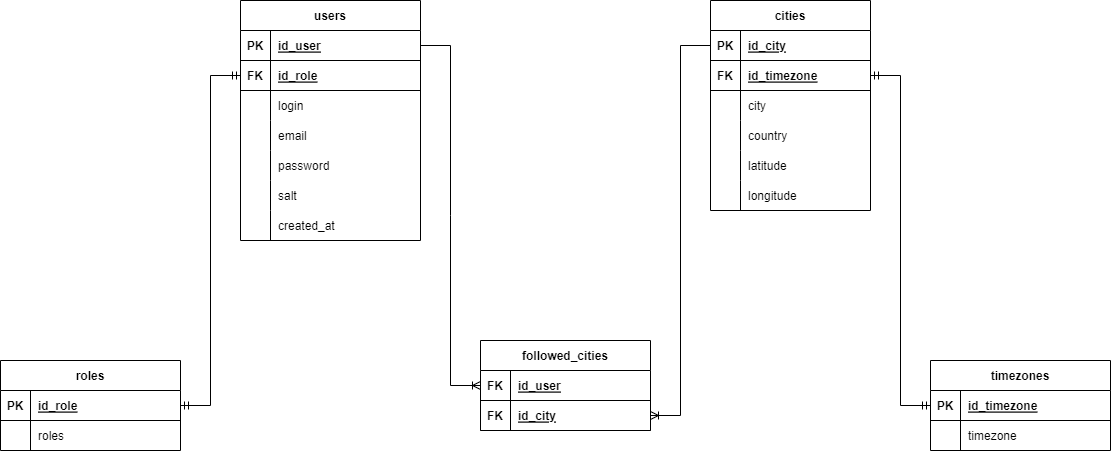
Before: erd-clock-around-world.png, a diagram exported from draw.io (TomekStolarz/clock-around-world). Source tidied: cells renumbered, new cells last; positions are measured from the earlier drawing's top-left corner, leaving out a move shared by most shapes. Source of this version:
```xml
<mxGraphModel>
  <root>
    <mxCell id="0" />
    <mxCell id="1" parent="0" />
    <mxCell id="2" value="users" style="shape=table;startSize=30;rowLines=0;fontStyle=1;align=center;" parent="1" vertex="1">
      <mxGeometry x="240" width="180" height="240" as="geometry" />
    </mxCell>
    <mxCell id="3" style="shape=tableRow;horizontal=0;startSize=0;swimlaneHead=0;swimlaneBody=0;fillColor=none;points=[[0,0.5],[1,0.5]];portConstraint=eastwest;top=0;left=0;right=0;bottom=1;" parent="2" vertex="1">
      <mxGeometry y="30" width="180" height="30" as="geometry" />
    </mxCell>
    <mxCell id="4" value="PK" style="shape=partialRectangle;fillColor=none;top=0;left=0;bottom=0;right=0;fontStyle=1;overflow=hidden;" parent="3" vertex="1">
      <mxGeometry width="30" height="30" as="geometry" />
    </mxCell>
    <mxCell id="5" value="id_user" style="shape=partialRectangle;fillColor=none;top=0;left=0;bottom=0;right=0;align=left;spacingLeft=6;fontStyle=5;overflow=hidden;" parent="3" vertex="1">
      <mxGeometry x="30" width="150" height="30" as="geometry" />
    </mxCell>
    <mxCell id="6" style="shape=tableRow;horizontal=0;startSize=0;swimlaneHead=0;swimlaneBody=0;fillColor=none;points=[[0,0.5],[1,0.5]];portConstraint=eastwest;top=0;left=0;right=0;bottom=1;" parent="2" vertex="1">
      <mxGeometry y="60" width="180" height="30" as="geometry" />
    </mxCell>
    <mxCell id="7" value="FK" style="shape=partialRectangle;fillColor=none;top=0;left=0;bottom=0;right=0;fontStyle=1;overflow=hidden;" parent="6" vertex="1">
      <mxGeometry width="30" height="30" as="geometry" />
    </mxCell>
    <mxCell id="8" value="id_role" style="shape=partialRectangle;fillColor=none;top=0;left=0;bottom=0;right=0;align=left;spacingLeft=6;fontStyle=5;overflow=hidden;" parent="6" vertex="1">
      <mxGeometry x="30" width="150" height="30" as="geometry" />
    </mxCell>
    <mxCell id="9" style="shape=tableRow;horizontal=0;startSize=0;swimlaneHead=0;swimlaneBody=0;fillColor=none;top=0;left=0;right=0;bottom=0;" parent="2" vertex="1">
      <mxGeometry y="90" width="180" height="30" as="geometry" />
    </mxCell>
    <mxCell id="10" style="shape=partialRectangle;fillColor=none;top=0;left=0;bottom=0;right=0;overflow=hidden;" parent="9" vertex="1">
      <mxGeometry width="30" height="30" as="geometry" />
    </mxCell>
    <mxCell id="11" value="login" style="shape=partialRectangle;fillColor=none;top=0;left=0;bottom=0;right=0;align=left;spacingLeft=6;overflow=hidden;" parent="9" vertex="1">
      <mxGeometry x="30" width="150" height="30" as="geometry" />
    </mxCell>
    <mxCell id="12" style="shape=tableRow;horizontal=0;startSize=0;swimlaneHead=0;swimlaneBody=0;fillColor=none;top=0;left=0;right=0;bottom=0;" parent="2" vertex="1">
      <mxGeometry y="120" width="180" height="30" as="geometry" />
    </mxCell>
    <mxCell id="13" style="shape=partialRectangle;fillColor=none;top=0;left=0;bottom=0;right=0;overflow=hidden;" parent="12" vertex="1">
      <mxGeometry width="30" height="30" as="geometry" />
    </mxCell>
    <mxCell id="14" value="email" style="shape=partialRectangle;fillColor=none;top=0;left=0;bottom=0;right=0;align=left;spacingLeft=6;overflow=hidden;" parent="12" vertex="1">
      <mxGeometry x="30" width="150" height="30" as="geometry" />
    </mxCell>
    <mxCell id="15" style="shape=tableRow;horizontal=0;startSize=0;swimlaneHead=0;swimlaneBody=0;fillColor=none;top=0;left=0;right=0;bottom=0;" parent="2" vertex="1">
      <mxGeometry y="150" width="180" height="30" as="geometry" />
    </mxCell>
    <mxCell id="16" style="shape=partialRectangle;fillColor=none;top=0;left=0;bottom=0;right=0;overflow=hidden;" parent="15" vertex="1">
      <mxGeometry width="30" height="30" as="geometry" />
    </mxCell>
    <mxCell id="17" value="password" style="shape=partialRectangle;fillColor=none;top=0;left=0;bottom=0;right=0;align=left;spacingLeft=6;overflow=hidden;" parent="15" vertex="1">
      <mxGeometry x="30" width="150" height="30" as="geometry" />
    </mxCell>
    <mxCell id="18" style="shape=tableRow;horizontal=0;startSize=0;swimlaneHead=0;swimlaneBody=0;fillColor=none;top=0;left=0;right=0;bottom=0;" parent="2" vertex="1">
      <mxGeometry y="180" width="180" height="30" as="geometry" />
    </mxCell>
    <mxCell id="19" style="shape=partialRectangle;fillColor=none;top=0;left=0;bottom=0;right=0;overflow=hidden;" parent="18" vertex="1">
      <mxGeometry width="30" height="30" as="geometry" />
    </mxCell>
    <mxCell id="20" value="salt" style="shape=partialRectangle;fillColor=none;top=0;left=0;bottom=0;right=0;align=left;spacingLeft=6;overflow=hidden;" parent="18" vertex="1">
      <mxGeometry x="30" width="150" height="30" as="geometry" />
    </mxCell>
    <mxCell id="21" style="shape=tableRow;horizontal=0;startSize=0;swimlaneHead=0;swimlaneBody=0;fillColor=none;top=0;left=0;right=0;bottom=0;" parent="2" vertex="1">
      <mxGeometry y="210" width="180" height="30" as="geometry" />
    </mxCell>
    <mxCell id="22" style="shape=partialRectangle;fillColor=none;top=0;left=0;bottom=0;right=0;overflow=hidden;" parent="21" vertex="1">
      <mxGeometry width="30" height="30" as="geometry" />
    </mxCell>
    <mxCell id="23" value="created_at" style="shape=partialRectangle;fillColor=none;top=0;left=0;bottom=0;right=0;align=left;spacingLeft=6;overflow=hidden;" parent="21" vertex="1">
      <mxGeometry x="30" width="150" height="30" as="geometry" />
    </mxCell>
    <mxCell id="24" value="roles" style="shape=table;startSize=30;rowLines=0;fontStyle=1;align=center;" parent="1" vertex="1">
      <mxGeometry y="360" width="180" height="90" as="geometry" />
    </mxCell>
    <mxCell id="25" style="shape=tableRow;horizontal=0;startSize=0;swimlaneHead=0;swimlaneBody=0;fillColor=none;points=[[0,0.5],[1,0.5]];portConstraint=eastwest;top=0;left=0;right=0;bottom=1;" parent="24" vertex="1">
      <mxGeometry y="30" width="180" height="30" as="geometry" />
    </mxCell>
    <mxCell id="26" value="PK" style="shape=partialRectangle;fillColor=none;top=0;left=0;bottom=0;right=0;fontStyle=1;overflow=hidden;" parent="25" vertex="1">
      <mxGeometry width="30" height="30" as="geometry" />
    </mxCell>
    <mxCell id="27" value="id_role" style="shape=partialRectangle;fillColor=none;top=0;left=0;bottom=0;right=0;align=left;spacingLeft=6;fontStyle=5;overflow=hidden;" parent="25" vertex="1">
      <mxGeometry x="30" width="150" height="30" as="geometry" />
    </mxCell>
    <mxCell id="28" style="shape=tableRow;horizontal=0;startSize=0;swimlaneHead=0;swimlaneBody=0;fillColor=none;top=0;left=0;right=0;bottom=0;" parent="24" vertex="1">
      <mxGeometry y="60" width="180" height="30" as="geometry" />
    </mxCell>
    <mxCell id="29" style="shape=partialRectangle;fillColor=none;top=0;left=0;bottom=0;right=0;overflow=hidden;" parent="28" vertex="1">
      <mxGeometry width="30" height="30" as="geometry" />
    </mxCell>
    <mxCell id="30" value="roles" style="shape=partialRectangle;fillColor=none;top=0;left=0;bottom=0;right=0;align=left;spacingLeft=6;overflow=hidden;" parent="28" vertex="1">
      <mxGeometry x="30" width="150" height="30" as="geometry" />
    </mxCell>
    <mxCell id="31" style="edgeStyle=entityRelationEdgeStyle;fontSize=12;html=1;endArrow=ERmandOne;startArrow=ERmandOne;rounded=0;exitX=0;exitY=0.5;exitDx=0;exitDy=0;entryX=1;entryY=0.5;entryDx=0;entryDy=0;" parent="1" edge="1" source="6" target="25">
      <mxGeometry relative="1" as="geometry" />
    </mxCell>
    <mxCell id="32" value="cities" style="shape=table;startSize=30;rowLines=0;fontStyle=1;align=center;" parent="1" vertex="1">
      <mxGeometry x="710" width="160" height="210" as="geometry" />
    </mxCell>
    <mxCell id="33" style="shape=tableRow;horizontal=0;startSize=0;swimlaneHead=0;swimlaneBody=0;fillColor=none;points=[[0,0.5],[1,0.5]];portConstraint=eastwest;top=0;left=0;right=0;bottom=1;" parent="32" vertex="1">
      <mxGeometry y="30" width="160" height="30" as="geometry" />
    </mxCell>
    <mxCell id="34" value="PK" style="shape=partialRectangle;fillColor=none;top=0;left=0;bottom=0;right=0;fontStyle=1;overflow=hidden;" parent="33" vertex="1">
      <mxGeometry width="30" height="30" as="geometry" />
    </mxCell>
    <mxCell id="35" value="id_city" style="shape=partialRectangle;fillColor=none;top=0;left=0;bottom=0;right=0;align=left;spacingLeft=6;fontStyle=5;overflow=hidden;" parent="33" vertex="1">
      <mxGeometry x="30" width="130" height="30" as="geometry" />
    </mxCell>
    <mxCell id="36" style="shape=tableRow;horizontal=0;startSize=0;swimlaneHead=0;swimlaneBody=0;fillColor=none;points=[[0,0.5],[1,0.5]];portConstraint=eastwest;top=0;left=0;right=0;bottom=1;" parent="32" vertex="1">
      <mxGeometry y="60" width="160" height="30" as="geometry" />
    </mxCell>
    <mxCell id="37" value="FK" style="shape=partialRectangle;fillColor=none;top=0;left=0;bottom=0;right=0;fontStyle=1;overflow=hidden;" parent="36" vertex="1">
      <mxGeometry width="30" height="30" as="geometry" />
    </mxCell>
    <mxCell id="38" value="id_timezone" style="shape=partialRectangle;fillColor=none;top=0;left=0;bottom=0;right=0;align=left;spacingLeft=6;fontStyle=5;overflow=hidden;" parent="36" vertex="1">
      <mxGeometry x="30" width="130" height="30" as="geometry" />
    </mxCell>
    <mxCell id="39" style="shape=tableRow;horizontal=0;startSize=0;swimlaneHead=0;swimlaneBody=0;fillColor=none;top=0;left=0;right=0;bottom=0;" parent="32" vertex="1">
      <mxGeometry y="90" width="160" height="30" as="geometry" />
    </mxCell>
    <mxCell id="40" style="shape=partialRectangle;fillColor=none;top=0;left=0;bottom=0;right=0;overflow=hidden;" parent="39" vertex="1">
      <mxGeometry width="30" height="30" as="geometry" />
    </mxCell>
    <mxCell id="41" value="city" style="shape=partialRectangle;fillColor=none;top=0;left=0;bottom=0;right=0;align=left;spacingLeft=6;overflow=hidden;" parent="39" vertex="1">
      <mxGeometry x="30" width="130" height="30" as="geometry" />
    </mxCell>
    <mxCell id="42" style="shape=tableRow;horizontal=0;startSize=0;swimlaneHead=0;swimlaneBody=0;fillColor=none;top=0;left=0;right=0;bottom=0;" parent="32" vertex="1">
      <mxGeometry y="120" width="160" height="30" as="geometry" />
    </mxCell>
    <mxCell id="43" style="shape=partialRectangle;fillColor=none;top=0;left=0;bottom=0;right=0;overflow=hidden;" parent="42" vertex="1">
      <mxGeometry width="30" height="30" as="geometry" />
    </mxCell>
    <mxCell id="44" value="country" style="shape=partialRectangle;fillColor=none;top=0;left=0;bottom=0;right=0;align=left;spacingLeft=6;overflow=hidden;" parent="42" vertex="1">
      <mxGeometry x="30" width="130" height="30" as="geometry" />
    </mxCell>
    <mxCell id="45" style="shape=tableRow;horizontal=0;startSize=0;swimlaneHead=0;swimlaneBody=0;fillColor=none;top=0;left=0;right=0;bottom=0;" parent="32" vertex="1">
      <mxGeometry y="150" width="160" height="30" as="geometry" />
    </mxCell>
    <mxCell id="46" style="shape=partialRectangle;fillColor=none;top=0;left=0;bottom=0;right=0;overflow=hidden;" parent="45" vertex="1">
      <mxGeometry width="30" height="30" as="geometry" />
    </mxCell>
    <mxCell id="47" value="latitude" style="shape=partialRectangle;fillColor=none;top=0;left=0;bottom=0;right=0;align=left;spacingLeft=6;overflow=hidden;" parent="45" vertex="1">
      <mxGeometry x="30" width="130" height="30" as="geometry" />
    </mxCell>
    <mxCell id="48" style="shape=tableRow;horizontal=0;startSize=0;swimlaneHead=0;swimlaneBody=0;fillColor=none;top=0;left=0;right=0;bottom=0;" parent="32" vertex="1">
      <mxGeometry y="180" width="160" height="30" as="geometry" />
    </mxCell>
    <mxCell id="49" style="shape=partialRectangle;fillColor=none;top=0;left=0;bottom=0;right=0;overflow=hidden;" parent="48" vertex="1">
      <mxGeometry width="30" height="30" as="geometry" />
    </mxCell>
    <mxCell id="50" value="longitude" style="shape=partialRectangle;fillColor=none;top=0;left=0;bottom=0;right=0;align=left;spacingLeft=6;overflow=hidden;" parent="48" vertex="1">
      <mxGeometry x="30" width="130" height="30" as="geometry" />
    </mxCell>
    <mxCell id="51" value="timezones" style="shape=table;startSize=30;rowLines=0;fontStyle=1;align=center;" parent="1" vertex="1">
      <mxGeometry x="930" y="360" width="180" height="90" as="geometry" />
    </mxCell>
    <mxCell id="52" style="shape=tableRow;horizontal=0;startSize=0;swimlaneHead=0;swimlaneBody=0;fillColor=none;points=[[0,0.5],[1,0.5]];portConstraint=eastwest;top=0;left=0;right=0;bottom=1;" parent="51" vertex="1">
      <mxGeometry y="30" width="180" height="30" as="geometry" />
    </mxCell>
    <mxCell id="53" value="PK" style="shape=partialRectangle;fillColor=none;top=0;left=0;bottom=0;right=0;fontStyle=1;overflow=hidden;" parent="52" vertex="1">
      <mxGeometry width="30" height="30" as="geometry" />
    </mxCell>
    <mxCell id="54" value="id_timezone" style="shape=partialRectangle;fillColor=none;top=0;left=0;bottom=0;right=0;align=left;spacingLeft=6;fontStyle=5;overflow=hidden;" parent="52" vertex="1">
      <mxGeometry x="30" width="150" height="30" as="geometry" />
    </mxCell>
    <mxCell id="55" style="shape=tableRow;horizontal=0;startSize=0;swimlaneHead=0;swimlaneBody=0;fillColor=none;top=0;left=0;right=0;bottom=0;" parent="51" vertex="1">
      <mxGeometry y="60" width="180" height="30" as="geometry" />
    </mxCell>
    <mxCell id="56" style="shape=partialRectangle;fillColor=none;top=0;left=0;bottom=0;right=0;overflow=hidden;" parent="55" vertex="1">
      <mxGeometry width="30" height="30" as="geometry" />
    </mxCell>
    <mxCell id="57" value="timezone" style="shape=partialRectangle;fillColor=none;top=0;left=0;bottom=0;right=0;align=left;spacingLeft=6;overflow=hidden;" parent="55" vertex="1">
      <mxGeometry x="30" width="150" height="30" as="geometry" />
    </mxCell>
    <mxCell id="58" style="edgeStyle=entityRelationEdgeStyle;fontSize=12;html=1;endArrow=ERmandOne;startArrow=ERmandOne;rounded=0;entryX=1;entryY=0.5;entryDx=0;entryDy=0;exitX=0;exitY=0.5;exitDx=0;exitDy=0;" parent="1" edge="1" source="52" target="36">
      <mxGeometry relative="1" as="geometry" />
    </mxCell>
    <mxCell id="59" value="followed_cities" style="shape=table;startSize=30;rowLines=0;fontStyle=1;align=center;" parent="1" vertex="1">
      <mxGeometry x="480" y="340" width="170" height="90" as="geometry" />
    </mxCell>
    <mxCell id="60" style="shape=tableRow;horizontal=0;startSize=0;swimlaneHead=0;swimlaneBody=0;fillColor=none;points=[[0,0.5],[1,0.5]];portConstraint=eastwest;top=0;left=0;right=0;bottom=1;" parent="59" vertex="1">
      <mxGeometry y="30" width="170" height="30" as="geometry" />
    </mxCell>
    <mxCell id="61" value="FK" style="shape=partialRectangle;fillColor=none;top=0;left=0;bottom=0;right=0;fontStyle=1;overflow=hidden;" parent="60" vertex="1">
      <mxGeometry width="30" height="30" as="geometry" />
    </mxCell>
    <mxCell id="62" value="id_user" style="shape=partialRectangle;fillColor=none;top=0;left=0;bottom=0;right=0;align=left;spacingLeft=6;fontStyle=5;overflow=hidden;" parent="60" vertex="1">
      <mxGeometry x="30" width="140" height="30" as="geometry" />
    </mxCell>
    <mxCell id="63" style="shape=tableRow;horizontal=0;startSize=0;swimlaneHead=0;swimlaneBody=0;fillColor=none;points=[[0,0.5],[1,0.5]];portConstraint=eastwest;top=0;left=0;right=0;bottom=1;" parent="59" vertex="1">
      <mxGeometry y="60" width="170" height="30" as="geometry" />
    </mxCell>
    <mxCell id="64" value="FK" style="shape=partialRectangle;fillColor=none;top=0;left=0;bottom=0;right=0;fontStyle=1;overflow=hidden;" parent="63" vertex="1">
      <mxGeometry width="30" height="30" as="geometry" />
    </mxCell>
    <mxCell id="65" value="id_city" style="shape=partialRectangle;fillColor=none;top=0;left=0;bottom=0;right=0;align=left;spacingLeft=6;fontStyle=5;overflow=hidden;" parent="63" vertex="1">
      <mxGeometry x="30" width="140" height="30" as="geometry" />
    </mxCell>
    <mxCell id="66" style="edgeStyle=entityRelationEdgeStyle;fontSize=12;html=1;endArrow=ERoneToMany;rounded=0;exitX=1;exitY=0.5;exitDx=0;exitDy=0;entryX=0;entryY=0.5;entryDx=0;entryDy=0;" parent="1" edge="1" source="3" target="60">
      <mxGeometry relative="1" as="geometry" />
    </mxCell>
    <mxCell id="67" style="edgeStyle=entityRelationEdgeStyle;fontSize=12;html=1;endArrow=ERoneToMany;rounded=0;exitX=0;exitY=0.5;exitDx=0;exitDy=0;entryX=1;entryY=0.5;entryDx=0;entryDy=0;" parent="1" edge="1" source="33" target="63">
      <mxGeometry relative="1" as="geometry" />
    </mxCell>
  </root>
</mxGraphModel>
```
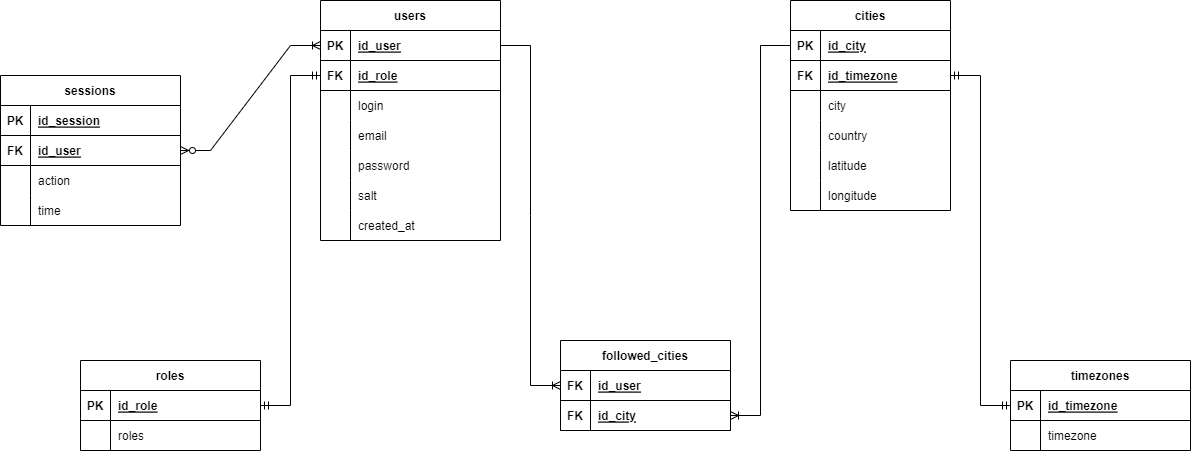
The same file after the commit.

Change to the diagram source:
```diff
@@ -200,5 +200,47 @@
     <mxCell id="67" style="edgeStyle=entityRelationEdgeStyle;fontSize=12;html=1;endArrow=ERoneToMany;rounded=0;exitX=0;exitY=0.5;exitDx=0;exitDy=0;entryX=1;entryY=0.5;entryDx=0;entryDy=0;" parent="1" edge="1" source="33" target="63">
       <mxGeometry relative="1" as="geometry" />
     </mxCell>
+    <mxCell id="68" value="sessions" style="shape=table;startSize=30;rowLines=0;fontStyle=1;align=center;" parent="1" vertex="1">
+      <mxGeometry x="-80" y="75" width="180" height="150" as="geometry" />
+    </mxCell>
+    <mxCell id="69" style="shape=tableRow;horizontal=0;startSize=0;swimlaneHead=0;swimlaneBody=0;fillColor=none;top=0;left=0;right=0;bottom=1;" parent="68" vertex="1">
+      <mxGeometry y="30" width="180" height="30" as="geometry" />
+    </mxCell>
+    <mxCell id="70" value="PK" style="shape=partialRectangle;fillColor=none;top=0;left=0;bottom=0;right=0;fontStyle=1;overflow=hidden;" parent="69" vertex="1">
+      <mxGeometry width="30" height="30" as="geometry" />
+    </mxCell>
+    <mxCell id="71" value="id_session" style="shape=partialRectangle;fillColor=none;top=0;left=0;bottom=0;right=0;align=left;spacingLeft=6;fontStyle=5;overflow=hidden;" parent="69" vertex="1">
+      <mxGeometry x="30" width="150" height="30" as="geometry" />
+    </mxCell>
+    <mxCell id="72" style="shape=tableRow;horizontal=0;startSize=0;swimlaneHead=0;swimlaneBody=0;fillColor=none;points=[[0,0.5],[1,0.5]];portConstraint=eastwest;top=0;left=0;right=0;bottom=1;" parent="68" vertex="1">
+      <mxGeometry y="60" width="180" height="30" as="geometry" />
+    </mxCell>
+    <mxCell id="73" value="FK" style="shape=partialRectangle;fillColor=none;top=0;left=0;bottom=0;right=0;fontStyle=1;overflow=hidden;" parent="72" vertex="1">
+      <mxGeometry width="30" height="30" as="geometry" />
+    </mxCell>
+    <mxCell id="74" value="id_user" style="shape=partialRectangle;fillColor=none;top=0;left=0;bottom=0;right=0;align=left;spacingLeft=6;fontStyle=5;overflow=hidden;" parent="72" vertex="1">
+      <mxGeometry x="30" width="150" height="30" as="geometry" />
+    </mxCell>
+    <mxCell id="75" style="shape=tableRow;horizontal=0;startSize=0;swimlaneHead=0;swimlaneBody=0;fillColor=none;top=0;left=0;right=0;bottom=0;" parent="68" vertex="1">
+      <mxGeometry y="90" width="180" height="30" as="geometry" />
+    </mxCell>
+    <mxCell id="76" style="shape=partialRectangle;fillColor=none;top=0;left=0;bottom=0;right=0;overflow=hidden;" parent="75" vertex="1">
+      <mxGeometry width="30" height="30" as="geometry" />
+    </mxCell>
+    <mxCell id="77" value="action" style="shape=partialRectangle;fillColor=none;top=0;left=0;bottom=0;right=0;align=left;spacingLeft=6;overflow=hidden;" parent="75" vertex="1">
+      <mxGeometry x="30" width="150" height="30" as="geometry" />
+    </mxCell>
+    <mxCell id="78" style="shape=tableRow;horizontal=0;startSize=0;swimlaneHead=0;swimlaneBody=0;fillColor=none;top=0;left=0;right=0;bottom=0;" parent="68" vertex="1">
+      <mxGeometry y="120" width="180" height="30" as="geometry" />
+    </mxCell>
+    <mxCell id="79" style="shape=partialRectangle;fillColor=none;top=0;left=0;bottom=0;right=0;overflow=hidden;" parent="78" vertex="1">
+      <mxGeometry width="30" height="30" as="geometry" />
+    </mxCell>
+    <mxCell id="80" value="time" style="shape=partialRectangle;fillColor=none;top=0;left=0;bottom=0;right=0;align=left;spacingLeft=6;overflow=hidden;" parent="78" vertex="1">
+      <mxGeometry x="30" width="150" height="30" as="geometry" />
+    </mxCell>
+    <mxCell id="81" style="edgeStyle=entityRelationEdgeStyle;fontSize=12;html=1;endArrow=ERoneToMany;startArrow=ERzeroToMany;rounded=0;exitX=1;exitY=0.5;exitDx=0;exitDy=0;entryX=0;entryY=0.5;entryDx=0;entryDy=0;" parent="1" edge="1" source="72" target="3">
+      <mxGeometry relative="1" as="geometry" />
+    </mxCell>
   </root>
 </mxGraphModel>
```
